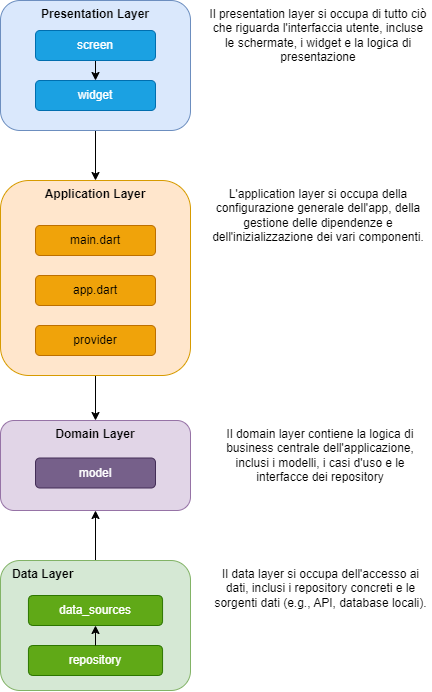
Above: Documentazione/Arch_FrontEnd.png in LLonghi02/Tesi-Project (draw.io), before the change. Source tidied: cells renumbered, new cells last; positions are measured from the earlier drawing's top-left corner, leaving out a move shared by most shapes.
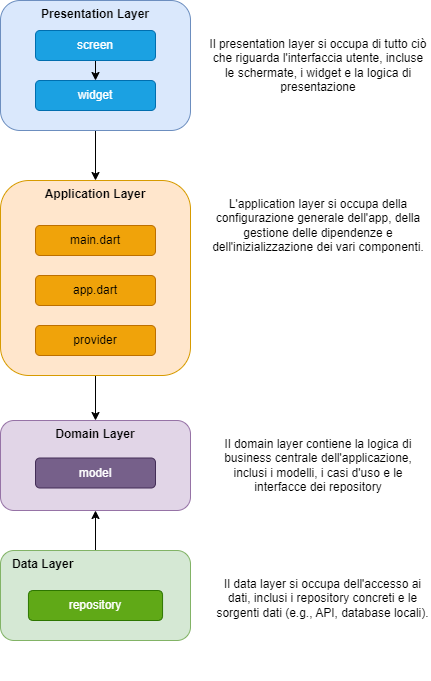
After the commit.

Diff of the diagram source:
```diff
@@ -15,16 +15,16 @@
       <mxGeometry relative="1" as="geometry" />
     </mxCell>
     <mxCell id="6" value="Il domain layer contiene la logica di business centrale dell'applicazione, inclusi i modelli, i casi d'uso e le interfacce dei repository" style="text;whiteSpace=wrap;html=1;fontFamily=Helvetica;align=center;" parent="1" vertex="1">
-      <mxGeometry x="210" y="420" width="220" height="50" as="geometry" />
+      <mxGeometry x="207.5" y="430" width="220" height="50" as="geometry" />
     </mxCell>
     <mxCell id="7" value="Il data layer si occupa dell'accesso ai dati, inclusi i repository concreti e le sorgenti dati (e.g., API, database locali)." style="text;whiteSpace=wrap;html=1;fontFamily=Helvetica;align=center;" parent="1" vertex="1">
-      <mxGeometry x="212.5" y="560" width="215" height="50" as="geometry" />
+      <mxGeometry x="215" y="570" width="215" height="50" as="geometry" />
     </mxCell>
     <mxCell id="8" value="Il presentation layer si occupa di tutto ciò che riguarda l'interfaccia utente, incluse le schermate, i widget e la logica di presentazione" style="text;whiteSpace=wrap;html=1;fontFamily=Helvetica;align=center;" parent="1" vertex="1">
-      <mxGeometry x="207.5" width="220" height="70" as="geometry" />
+      <mxGeometry x="207.5" y="30" width="220" height="70" as="geometry" />
     </mxCell>
     <mxCell id="9" value="L'application layer si occupa della configurazione generale dell'app, della gestione delle dipendenze e dell'inizializzazione dei vari componenti." style="text;whiteSpace=wrap;html=1;fontFamily=Helvetica;align=center;" parent="1" vertex="1">
-      <mxGeometry x="207.5" y="180" width="220" height="50" as="geometry" />
+      <mxGeometry x="207.5" y="190" width="220" height="50" as="geometry" />
     </mxCell>
     <mxCell id="10" style="edgeStyle=none;html=1;" parent="1" edge="1" source="11" target="12">
       <mxGeometry relative="1" as="geometry" />
@@ -51,20 +51,14 @@
       <mxGeometry x="35" y="145" width="120" height="30" as="geometry" />
     </mxCell>
     <mxCell id="18" style="group;" parent="1" vertex="1">
-      <mxGeometry y="560" width="190" height="130" as="geometry" />
+      <mxGeometry y="550" width="190" height="130" as="geometry" />
     </mxCell>
     <mxCell id="19" value="&amp;nbsp; &amp;nbsp;Data Layer" style="rounded=1;whiteSpace=wrap;html=1;verticalAlign=top;fontStyle=1;labelBackgroundColor=none;fillColor=#d5e8d4;strokeColor=#82b366;align=left;" parent="18" vertex="1">
-      <mxGeometry width="190" height="130" as="geometry" />
+      <mxGeometry width="190" height="90" as="geometry" />
     </mxCell>
     <mxCell id="20" value="repository" style="rounded=1;whiteSpace=wrap;html=1;labelBackgroundColor=none;fillColor=#60a917;fontColor=#ffffff;strokeColor=#2D7600;" parent="18" vertex="1">
-      <mxGeometry x="27.9" y="85" width="134.1" height="30" as="geometry" />
+      <mxGeometry x="27.9" y="40" width="134.1" height="30" as="geometry" />
     </mxCell>
-    <mxCell id="21" value="&lt;p class=&quot;MsoNormal&quot;&gt;data_sources&lt;/p&gt;" style="rounded=1;whiteSpace=wrap;html=1;labelBackgroundColor=none;fillColor=#60a917;fontColor=#ffffff;strokeColor=#2D7600;fontFamily=Helvetica;" parent="18" vertex="1">
-      <mxGeometry x="27.9" y="35" width="134.1" height="30" as="geometry" />
-    </mxCell>
-    <mxCell id="22" style="edgeStyle=none;html=1;strokeColor=#000000;startArrow=none;startFill=0;endArrow=classic;endFill=1;" parent="18" edge="1" source="20" target="21">
-      <mxGeometry relative="1" as="geometry" />
-    </mxCell>
     <mxCell id="23" value="Domain Layer" style="rounded=1;whiteSpace=wrap;html=1;verticalAlign=top;fontStyle=1;labelBackgroundColor=none;fillColor=#e1d5e7;strokeColor=#9673a6;" parent="1" vertex="1">
       <mxGeometry y="420" width="190" height="90" as="geometry" />
     </mxCell>
```
